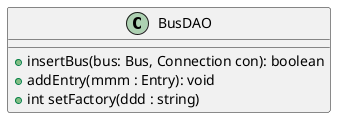
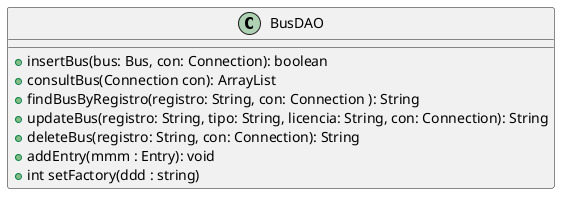
@startuml

class BusDAO {
-     +insertBus(bus: Bus, Connection con): boolean
+     +insertBus(bus: Bus, con: Connection): boolean
+     +consultBus(Connection con): ArrayList
+     +findBusByRegistro(registro: String, con: Connection ): String
+     +updateBus(registro: String, tipo: String, licencia: String, con: Connection): String
+     +deleteBus(registro: String, con: Connection): String
    +addEntry(mmm : Entry): void
    +int setFactory(ddd : string)
}
@enduml

